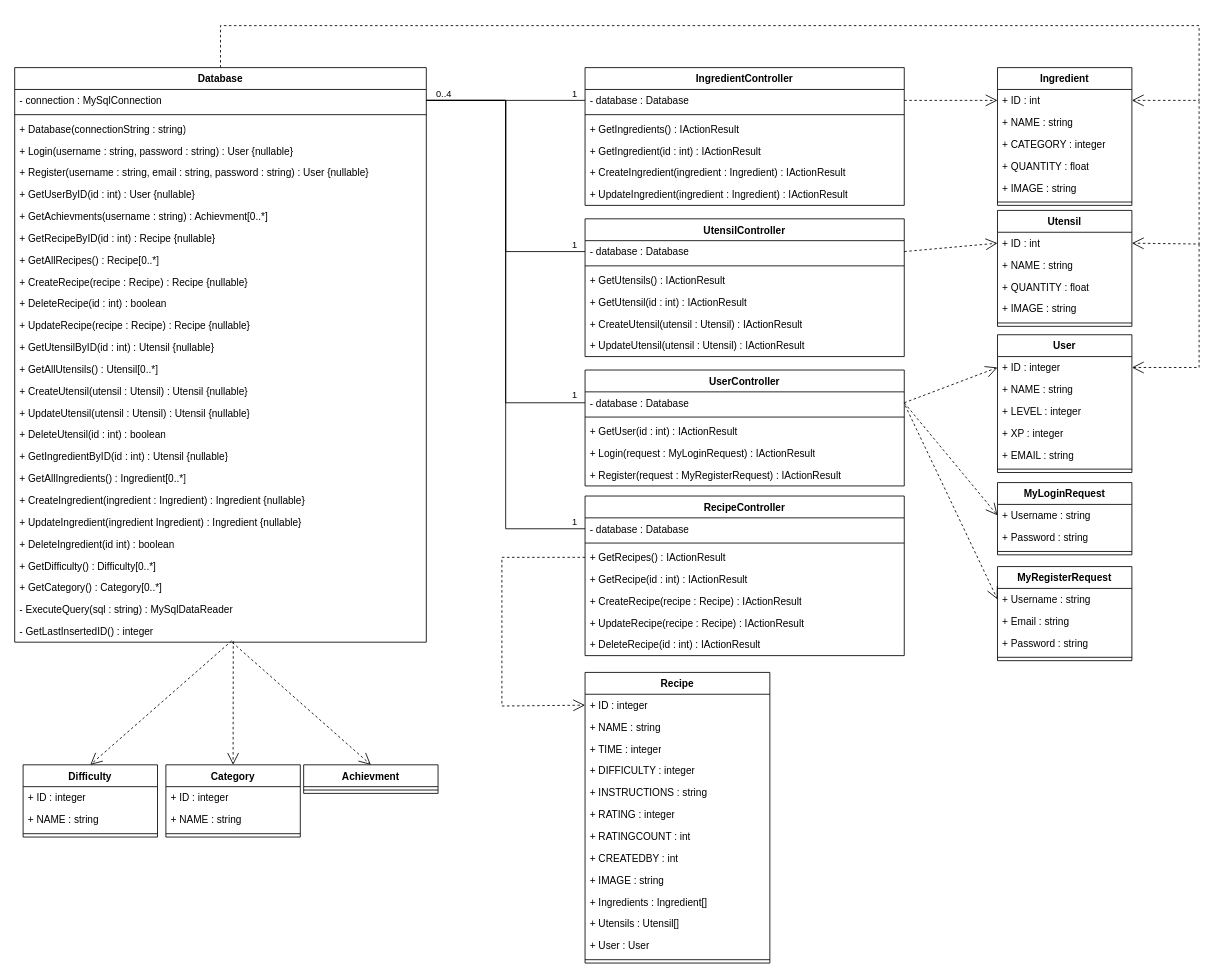
Before: Diagramme/Klassendiagramm.drawio in Jo-Broo/KuechenQuest, a draw.io diagram. Source tidied: cells renumbered, new cells numbered last; positions are measured from the earlier drawing's top-left corner, leaving out a move shared by most shapes. Both pictures are drawn from the tidied source at 84%, with x=0, y=0 at pixel (14, 25).
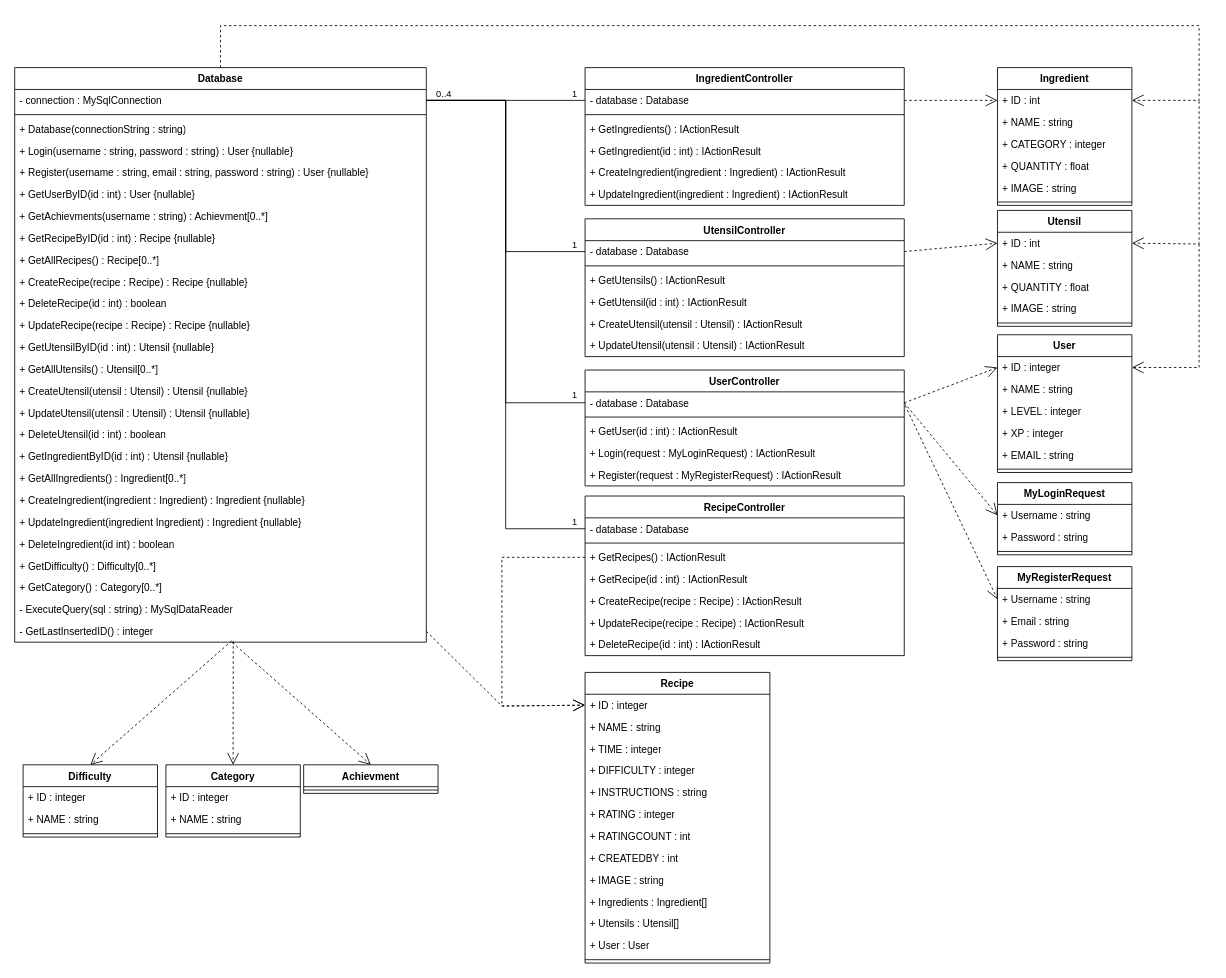
The same page after the edit.

Unchanged cells that the change refers to:
```xml
<mxCell id="56" value="- GetLastInsertedID() : integer" style="text;strokeColor=none;fillColor=none;align=left;verticalAlign=top;spacingLeft=4;spacingRight=4;overflow=hidden;points=[[0,0.5],[1,0.5]];portConstraint=eastwest;whiteSpace=wrap;html=1;" parent="30" vertex="1">
  <mxGeometry y="658" width="490" height="26" as="geometry" />
</mxCell>
<mxCell id="99" value="+ ID : integer" style="text;strokeColor=none;fillColor=none;align=left;verticalAlign=top;spacingLeft=4;spacingRight=4;overflow=hidden;points=[[0,0.5],[1,0.5]];portConstraint=eastwest;whiteSpace=wrap;html=1;" parent="98" vertex="1">
  <mxGeometry y="26" width="220" height="26" as="geometry" />
</mxCell>
```

Diff of the diagram source:
```diff
@@
+    <mxCell id="131" style="endArrow=open;endSize=12;dashed=1;html=1;rounded=0;exitX=1;exitY=0.5;exitDx=0;exitDy=0;entryX=0;entryY=0.5;entryDx=0;entryDy=0;" parent="1" edge="1" source="56" target="99">
+      <mxGeometry relative="1" as="geometry">
+        <Array as="points">
+          <mxPoint x="580" y="810" />
+        </Array>
+      </mxGeometry>
+    </mxCell>
```
